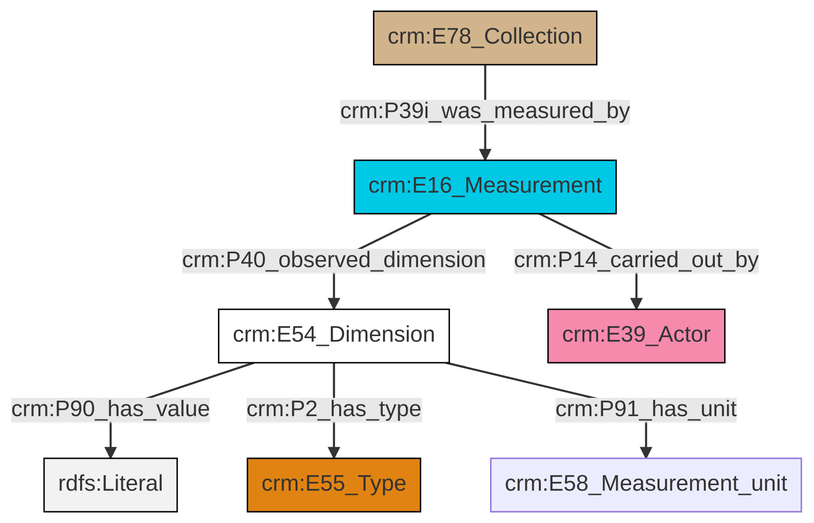
swiss-art-research-net/docs.swissartresearch keeps this Mermaid diagram as et/archivalCSV/ttl/mmd/png/archival_substance.png. Above is the earlier version. Its source is kept beside it as et/archivalCSV/ttl/mmd/archival_substance.ttl.mmd.
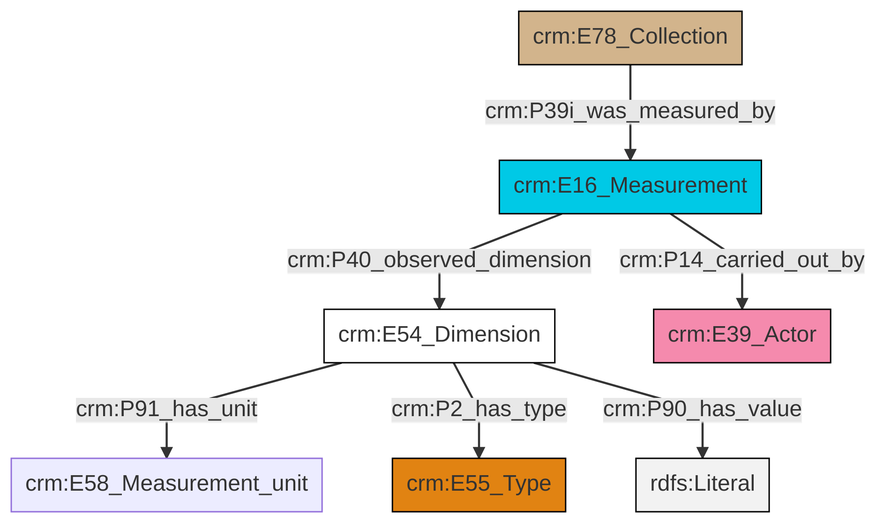
After the change.

Diff of the diagram source:
```diff
@@ -13,9 +13,9 @@
 classDef PC_Classes fill:#4ce600, stroke:#000000;
 classDef Multi fill:#cccccc,stroke:#000000;
 
-0["crm:E54_Dimension"]:::CRM_Entity -->|crm:P90_has_value| 1[rdfs:Literal]:::Literal
+0["crm:E54_Dimension"]:::CRM_Entity -->|crm:P91_has_unit| 1["crm:E58_Measurement_unit"]:::Default
 0["crm:E54_Dimension"]:::CRM_Entity -->|crm:P2_has_type| 2["crm:E55_Type"]:::Type
-5["crm:E16_Measurement"]:::Temporal_Entity -->|crm:P40_observed_dimension| 0["crm:E54_Dimension"]:::CRM_Entity
-0["crm:E54_Dimension"]:::CRM_Entity -->|crm:P91_has_unit| 6["crm:E58_Measurement_unit"]:::Default
-5["crm:E16_Measurement"]:::Temporal_Entity -->|crm:P14_carried_out_by| 3["crm:E39_Actor"]:::Actor
-8["crm:E78_Collection"]:::Physical_Thing -->|crm:P39i_was_measured_by| 5["crm:E16_Measurement"]:::Temporal_Entity
+3["crm:E16_Measurement"]:::Temporal_Entity -->|crm:P40_observed_dimension| 0["crm:E54_Dimension"]:::CRM_Entity
+0["crm:E54_Dimension"]:::CRM_Entity -->|crm:P90_has_value| 5[rdfs:Literal]:::Literal
+3["crm:E16_Measurement"]:::Temporal_Entity -->|crm:P14_carried_out_by| 7["crm:E39_Actor"]:::Actor
+10["crm:E78_Collection"]:::Physical_Thing -->|crm:P39i_was_measured_by| 3["crm:E16_Measurement"]:::Temporal_Entity
```
